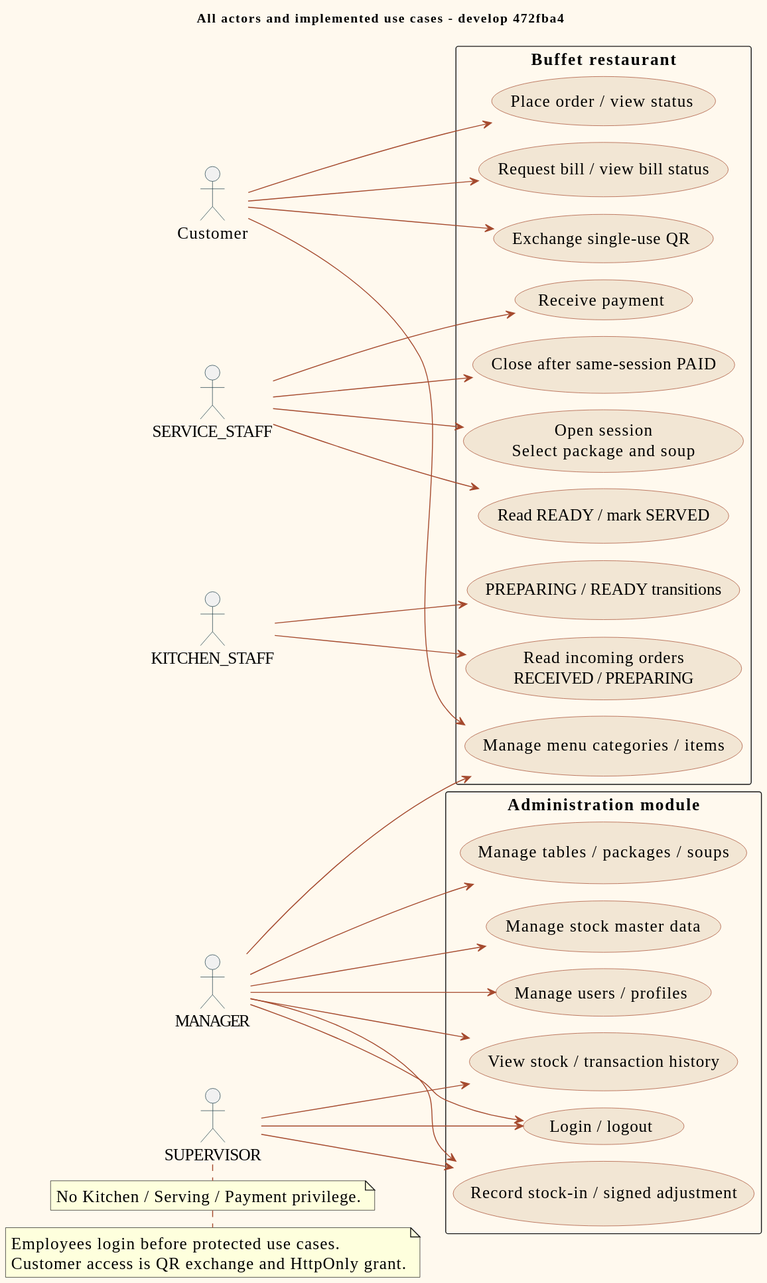
PavaritPramual/buffet-restaurant-management-system keeps this PlantUML diagram as doc/diagrams/previews/use-case.svg. Above is the earlier version. Its diagram source:
```plantuml
@startuml
!pragma layout smetana
skinparam shadowing false
skinparam backgroundColor #FFF9EE
skinparam defaultFontName Tahoma
skinparam defaultFontSize 18
skinparam classAttributeIconSize 0
skinparam ArrowColor #A54A2E
skinparam classBackgroundColor #FFF9EE
skinparam classBorderColor #173A45
skinparam actorBorderColor #173A45
skinparam usecaseBackgroundColor #F2E6D4
skinparam usecaseBorderColor #A54A2E
title All actors and implemented use cases - develop 472fba4
left to right direction
actor Customer
actor "SERVICE_STAFF" as Staff
actor "KITCHEN_STAFF" as Kitchen
rectangle "Buffet restaurant" {
 usecase "Exchange single-use QR" as QR
 usecase "View package menu" as Menu
 usecase "Place order / view status" as Order
 usecase "Request bill / view bill status" as Bill
 usecase "Open session\nSelect package and soup" as Open
 usecase "Read READY / mark SERVED" as Serve
 usecase "Receive payment" as Pay
 usecase "Close after same-session PAID" as Close
 usecase "Read incoming orders\nRECEIVED / PREPARING" as Incoming
 usecase "PREPARING / READY transitions" as Prepare
}
Customer --> QR
Customer --> Menu
Customer --> Order
Customer --> Bill
Staff --> Open
Staff --> Serve
Staff --> Pay
Staff --> Close
Kitchen --> Incoming
Kitchen --> Prepare
actor "MANAGER" as Manager
actor "SUPERVISOR" as Supervisor
rectangle "Administration module" {
 usecase "Login / logout" as Login
 usecase "Manage users / profiles" as Users
 usecase "Manage tables / packages / soups" as Catalog
 usecase "Manage menu categories / items" as Menu
 usecase "Manage stock master data" as Master
 usecase "View stock / transaction history" as Read
 usecase "Record stock-in / signed adjustment" as Move
}
Manager --> Login
Supervisor --> Login
Manager --> Users
Manager --> Catalog
Manager --> Menu
Manager --> Master
Manager --> Read
Manager --> Move
Supervisor --> Read
Supervisor --> Move
note bottom of Supervisor
No Kitchen / Serving / Payment privilege.
end note
note bottom
Employees login before protected use cases.
Customer access is QR exchange and HttpOnly grant.
end note
@enduml
```
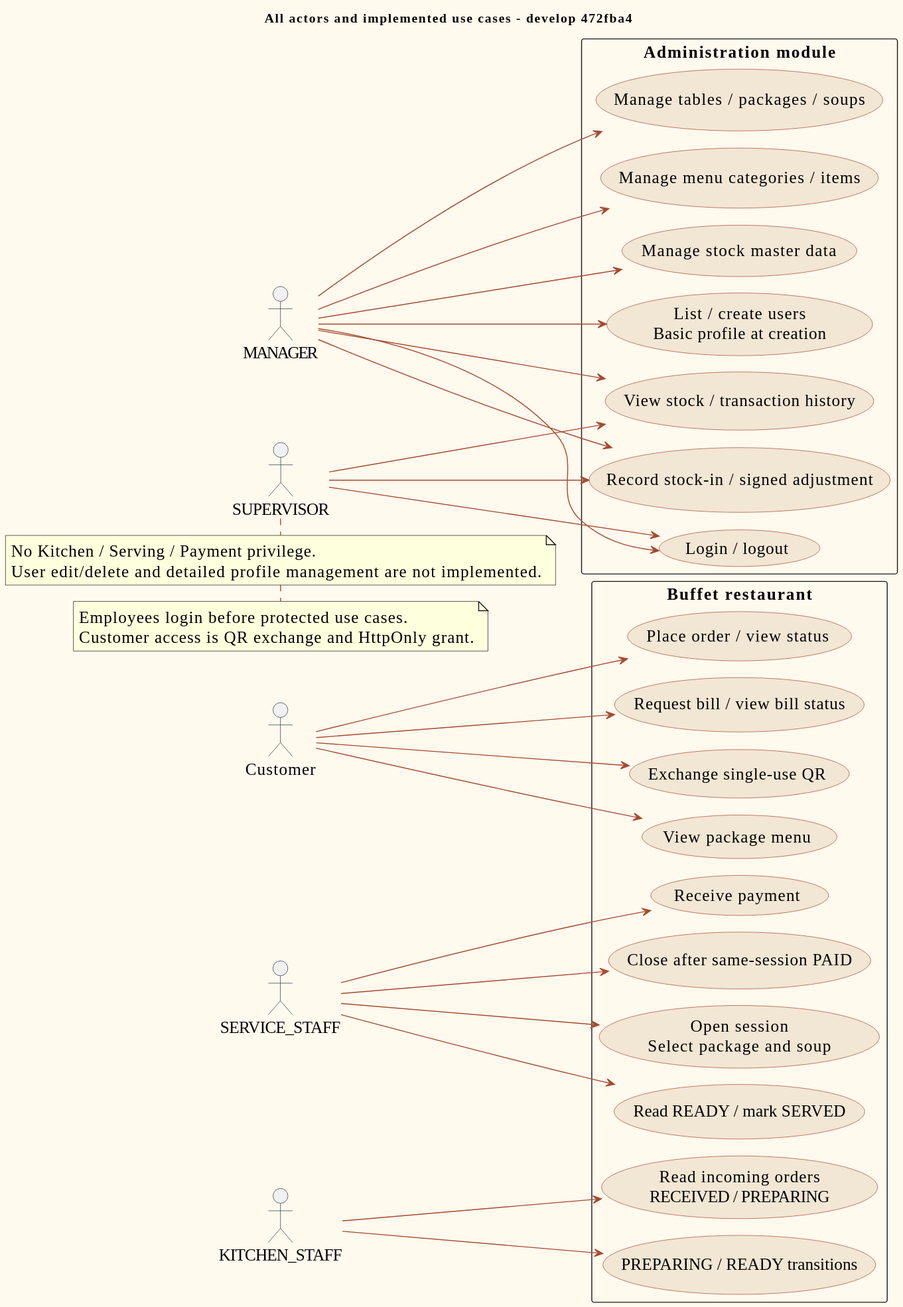
After the commit.

Diff of the diagram source:
```diff
@@ -18,7 +18,7 @@
 actor "KITCHEN_STAFF" as Kitchen
 rectangle "Buffet restaurant" {
  usecase "Exchange single-use QR" as QR
- usecase "View package menu" as Menu
+ usecase "View package menu" as CustomerMenu
  usecase "Place order / view status" as Order
  usecase "Request bill / view bill status" as Bill
  usecase "Open session\nSelect package and soup" as Open
@@ -29,7 +29,7 @@
  usecase "PREPARING / READY transitions" as Prepare
 }
 Customer --> QR
-Customer --> Menu
+Customer --> CustomerMenu
 Customer --> Order
 Customer --> Bill
 Staff --> Open
@@ -42,9 +42,9 @@
 actor "SUPERVISOR" as Supervisor
 rectangle "Administration module" {
  usecase "Login / logout" as Login
- usecase "Manage users / profiles" as Users
+ usecase "List / create users\nBasic profile at creation" as Users
  usecase "Manage tables / packages / soups" as Catalog
- usecase "Manage menu categories / items" as Menu
+ usecase "Manage menu categories / items" as AdminMenu
  usecase "Manage stock master data" as Master
  usecase "View stock / transaction history" as Read
  usecase "Record stock-in / signed adjustment" as Move
@@ -53,7 +53,7 @@
 Supervisor --> Login
 Manager --> Users
 Manager --> Catalog
-Manager --> Menu
+Manager --> AdminMenu
 Manager --> Master
 Manager --> Read
 Manager --> Move
@@ -61,6 +61,7 @@
 Supervisor --> Move
 note bottom of Supervisor
 No Kitchen / Serving / Payment privilege.
+User edit/delete and detailed profile management are not implemented.
 end note
 note bottom
 Employees login before protected use cases.
```
